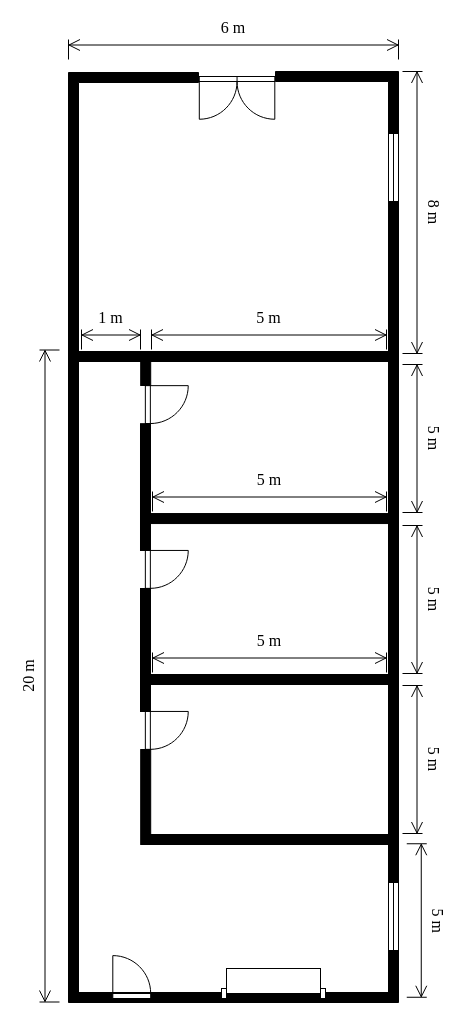
Before: docs/Sprint 2/FSIAP/USFA01/finalCroqui.drawio in Rodrick3012/ISEP-SEM3PI-23-24, a draw.io diagram. Source tidied: cells renumbered, new cells numbered last; positions are measured from the earlier drawing's top-left corner, leaving out a move shared by most shapes. Both pictures are drawn from the tidied source at 100%, with x=0, y=0 at pixel (-277, 39).
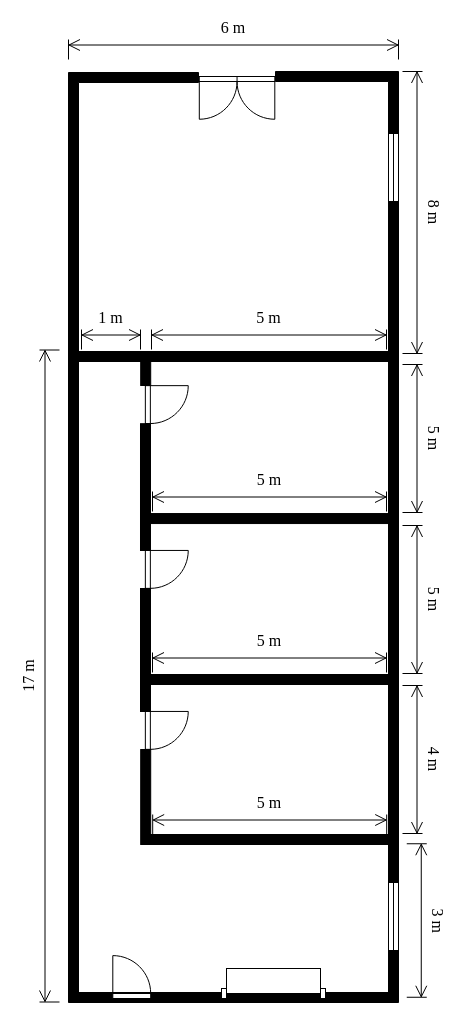
The same page after the edit.

Commit message:
L22G-120 . #time 30m #comment structure change #close

What changed in the source:
```diff
@@
-    <mxCell id="24" value="20 m" style="shape=dimension;direction=west;align=center;verticalAlign=bottom;spacingTop=-15;labelBackgroundColor=none;fontSize=16;whiteSpace=wrap;html=1;fontFamily=Times New Roman;labelPosition=center;verticalLabelPosition=top;rotation=-90;" parent="1" vertex="1">
+    <mxCell id="24" value="17 m" style="shape=dimension;direction=west;align=center;verticalAlign=bottom;spacingTop=-15;labelBackgroundColor=none;fontSize=16;whiteSpace=wrap;html=1;fontFamily=Times New Roman;labelPosition=center;verticalLabelPosition=top;rotation=-90;" parent="1" vertex="1">
       <mxGeometry y="626.5" width="652" height="20" as="geometry" />
     </mxCell>
@@
-    <mxCell id="26" value="5 m" style="shape=dimension;direction=west;align=center;verticalAlign=bottom;spacingTop=-15;labelBackgroundColor=none;fontSize=16;whiteSpace=wrap;html=1;fontFamily=Times New Roman;labelPosition=center;verticalLabelPosition=top;rotation=90;" parent="1" vertex="1">
+    <mxCell id="26" value="3 m" style="shape=dimension;direction=west;align=center;verticalAlign=bottom;spacingTop=-15;labelBackgroundColor=none;fontSize=16;whiteSpace=wrap;html=1;fontFamily=Times New Roman;labelPosition=center;verticalLabelPosition=top;rotation=90;" parent="1" vertex="1">
       <mxGeometry x="616.5" y="871" width="153.5" height="20" as="geometry" />
     </mxCell>
-    <mxCell id="27" value="5 m" style="shape=dimension;direction=west;align=center;verticalAlign=bottom;spacingTop=-15;labelBackgroundColor=none;fontSize=16;whiteSpace=wrap;html=1;fontFamily=Times New Roman;labelPosition=center;verticalLabelPosition=top;rotation=90;" parent="1" vertex="1">
+    <mxCell id="27" value="4 m" style="shape=dimension;direction=west;align=center;verticalAlign=bottom;spacingTop=-15;labelBackgroundColor=none;fontSize=16;whiteSpace=wrap;html=1;fontFamily=Times New Roman;labelPosition=center;verticalLabelPosition=top;rotation=90;" parent="1" vertex="1">
       <mxGeometry x="615" y="710" width="148" height="20" as="geometry" />
     </mxCell>
@@
+    <mxCell id="34" value="5 m" style="shape=dimension;direction=west;align=center;verticalAlign=bottom;spacingTop=-15;labelBackgroundColor=none;fontSize=16;whiteSpace=wrap;html=1;fontFamily=Times New Roman;labelPosition=center;verticalLabelPosition=top;" parent="1" vertex="1">
+      <mxGeometry x="429.2" y="775" width="234" height="20" as="geometry" />
+    </mxCell>
```
